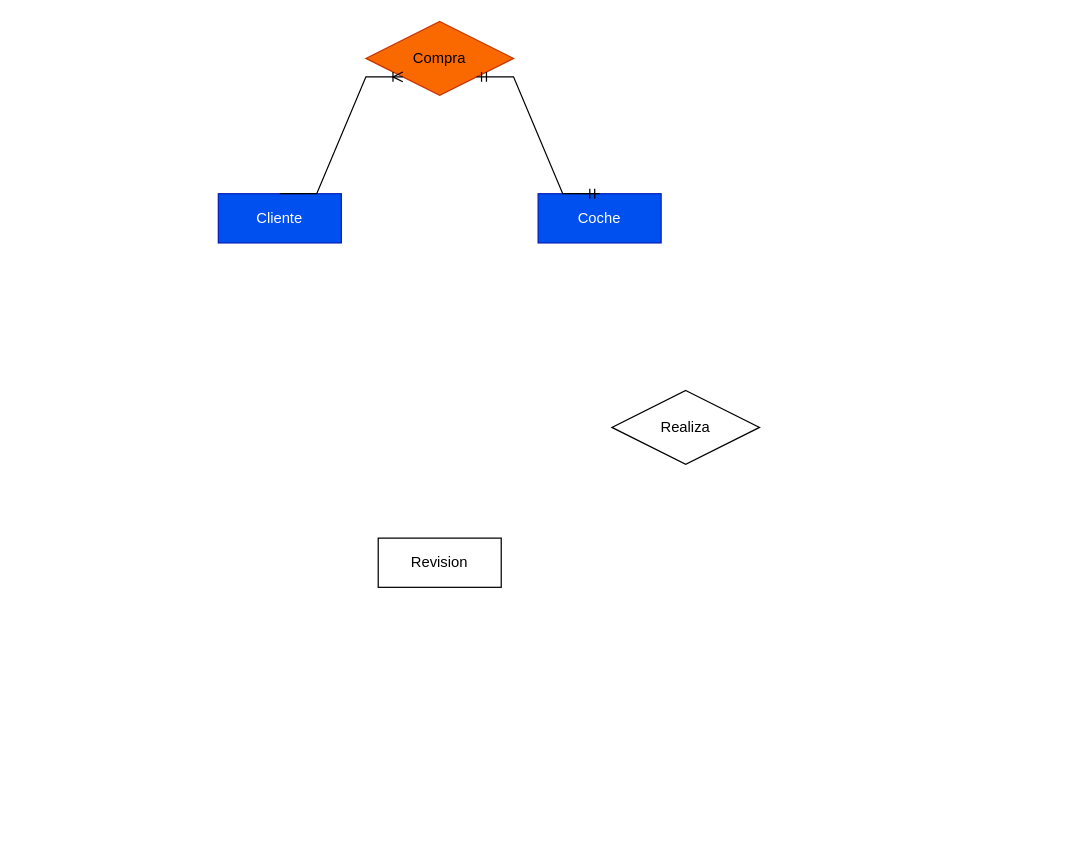
This is 2_Ejercicio.drawio from PabloKooss/Tercer_Modulo, a draw.io file, before an edit. Source tidied: cells renumbered, new cells numbered last; positions are measured from the earlier drawing's top-left corner, leaving out a move shared by most shapes. Both pictures are drawn from the tidied source at 123%, with x=0, y=0 at pixel (218, 21).
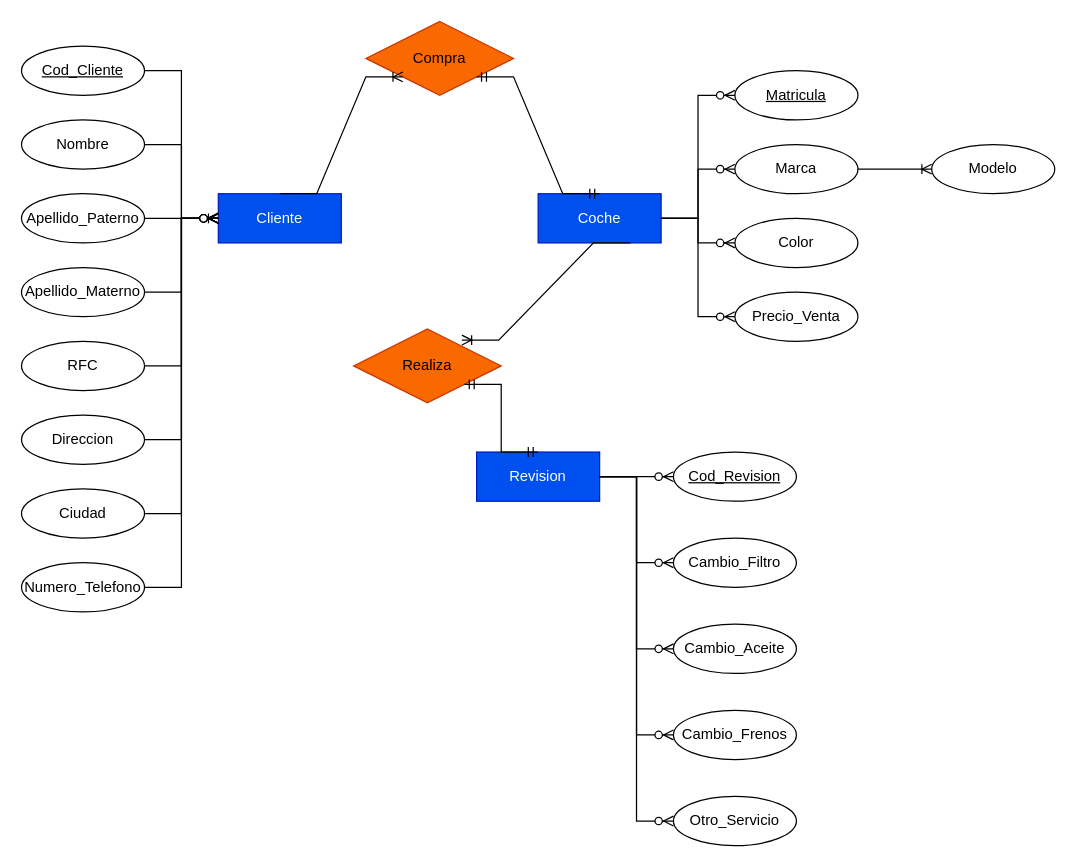
The same page after the edit.

Unchanged cells that the change refers to:
```xml
<mxCell id="2" value="Cliente" style="whiteSpace=wrap;html=1;align=center;fillColor=#0050ef;fontColor=#ffffff;strokeColor=#001DBC;" parent="1" vertex="1">
  <mxGeometry y="140" width="100" height="40" as="geometry" />
</mxCell>
<mxCell id="3" value="Coche" style="whiteSpace=wrap;html=1;align=center;fillColor=#0050ef;fontColor=#ffffff;strokeColor=#001DBC;" parent="1" vertex="1">
  <mxGeometry x="260" y="140" width="100" height="40" as="geometry" />
</mxCell>
```

The edit, as a diff of the source:
```diff
@@
-    <mxCell id="4" value="Revision" style="whiteSpace=wrap;html=1;align=center;" parent="1" vertex="1">
-      <mxGeometry x="130" y="420" width="100" height="40" as="geometry" />
+    <mxCell id="4" value="Revision" style="whiteSpace=wrap;html=1;align=center;fillColor=#0050ef;fontColor=#ffffff;strokeColor=#001DBC;" parent="1" vertex="1">
+      <mxGeometry x="210" y="350" width="100" height="40" as="geometry" />
     </mxCell>
@@
-    <mxCell id="6" value="Realiza" style="shape=rhombus;perimeter=rhombusPerimeter;whiteSpace=wrap;html=1;align=center;" parent="1" vertex="1">
-      <mxGeometry x="320" y="300" width="120" height="60" as="geometry" />
+    <mxCell id="6" value="Realiza" style="shape=rhombus;perimeter=rhombusPerimeter;whiteSpace=wrap;html=1;align=center;fillColor=#fa6800;fontColor=#000000;strokeColor=#C73500;" parent="1" vertex="1">
+      <mxGeometry x="110" y="250" width="120" height="60" as="geometry" />
     </mxCell>
@@
+    <mxCell id="9" style="edgeStyle=entityRelationEdgeStyle;fontSize=12;html=1;endArrow=ERoneToMany;rounded=0;exitX=0.75;exitY=1;exitDx=0;exitDy=0;entryX=0.733;entryY=0.15;entryDx=0;entryDy=0;entryPerimeter=0;" parent="1" edge="1" source="3" target="6">
+      <mxGeometry relative="1" as="geometry" />
+    </mxCell>
+    <mxCell id="10" style="edgeStyle=entityRelationEdgeStyle;fontSize=12;html=1;endArrow=ERmandOne;startArrow=ERmandOne;rounded=0;exitX=0.5;exitY=0;exitDx=0;exitDy=0;entryX=1;entryY=1;entryDx=0;entryDy=0;" parent="1" edge="1" source="4" target="6">
+      <mxGeometry relative="1" as="geometry" />
+    </mxCell>
+    <mxCell id="11" value="Cod_Cliente" style="ellipse;whiteSpace=wrap;html=1;align=center;fontStyle=4;" parent="1" vertex="1">
+      <mxGeometry x="-160" y="20" width="100" height="40" as="geometry" />
+    </mxCell>
+    <mxCell id="12" style="edgeStyle=entityRelationEdgeStyle;fontSize=12;html=1;endArrow=ERzeroToMany;endFill=1;rounded=0;exitX=1;exitY=0.5;exitDx=0;exitDy=0;" parent="1" edge="1" source="11" target="2">
+      <mxGeometry relative="1" as="geometry" />
+    </mxCell>
+    <mxCell id="13" value="Nombre" style="ellipse;whiteSpace=wrap;html=1;align=center;" parent="1" vertex="1">
+      <mxGeometry x="-160" y="80" width="100" height="40" as="geometry" />
+    </mxCell>
+    <mxCell id="14" value="Apellido_Paterno" style="ellipse;whiteSpace=wrap;html=1;align=center;" parent="1" vertex="1">
+      <mxGeometry x="-160" y="140" width="100" height="40" as="geometry" />
+    </mxCell>
+    <mxCell id="15" style="edgeStyle=entityRelationEdgeStyle;fontSize=12;html=1;endArrow=ERzeroToMany;endFill=1;rounded=0;" parent="1" edge="1" source="13" target="2">
+      <mxGeometry relative="1" as="geometry" />
+    </mxCell>
+    <mxCell id="16" style="edgeStyle=entityRelationEdgeStyle;fontSize=12;html=1;endArrow=ERoneToMany;rounded=0;" parent="1" edge="1" source="14" target="2">
+      <mxGeometry relative="1" as="geometry" />
+    </mxCell>
+    <mxCell id="17" value="Apellido_Materno" style="ellipse;whiteSpace=wrap;html=1;align=center;" parent="1" vertex="1">
+      <mxGeometry x="-160" y="200" width="100" height="40" as="geometry" />
+    </mxCell>
+    <mxCell id="18" value="RFC" style="ellipse;whiteSpace=wrap;html=1;align=center;" parent="1" vertex="1">
+      <mxGeometry x="-160" y="260" width="100" height="40" as="geometry" />
+    </mxCell>
+    <mxCell id="19" value="Direccion" style="ellipse;whiteSpace=wrap;html=1;align=center;" parent="1" vertex="1">
+      <mxGeometry x="-160" y="320" width="100" height="40" as="geometry" />
+    </mxCell>
+    <mxCell id="20" value="Ciudad" style="ellipse;whiteSpace=wrap;html=1;align=center;" parent="1" vertex="1">
+      <mxGeometry x="-160" y="380" width="100" height="40" as="geometry" />
+    </mxCell>
+    <mxCell id="21" value="Numero_Telefono" style="ellipse;whiteSpace=wrap;html=1;align=center;" parent="1" vertex="1">
+      <mxGeometry x="-160" y="440" width="100" height="40" as="geometry" />
+    </mxCell>
+    <mxCell id="22" style="edgeStyle=entityRelationEdgeStyle;fontSize=12;html=1;endArrow=ERzeroToMany;endFill=1;rounded=0;" parent="1" edge="1" source="21" target="2">
+      <mxGeometry relative="1" as="geometry" />
+    </mxCell>
+    <mxCell id="23" style="edgeStyle=entityRelationEdgeStyle;fontSize=12;html=1;endArrow=ERzeroToMany;endFill=1;rounded=0;" parent="1" edge="1" source="20" target="2">
+      <mxGeometry relative="1" as="geometry" />
+    </mxCell>
+    <mxCell id="24" style="edgeStyle=entityRelationEdgeStyle;fontSize=12;html=1;endArrow=ERzeroToMany;endFill=1;rounded=0;" parent="1" edge="1" source="19" target="2">
+      <mxGeometry relative="1" as="geometry" />
+    </mxCell>
+    <mxCell id="25" style="edgeStyle=entityRelationEdgeStyle;fontSize=12;html=1;endArrow=ERzeroToMany;endFill=1;rounded=0;" parent="1" edge="1" source="18" target="2">
+      <mxGeometry relative="1" as="geometry" />
+    </mxCell>
+    <mxCell id="26" style="edgeStyle=entityRelationEdgeStyle;fontSize=12;html=1;endArrow=ERzeroToMany;endFill=1;rounded=0;" parent="1" edge="1" source="17" target="2">
+      <mxGeometry relative="1" as="geometry" />
+    </mxCell>
+    <mxCell id="27" value="&lt;div&gt;Matricula&lt;/div&gt;" style="ellipse;whiteSpace=wrap;html=1;align=center;fontStyle=4;" parent="1" vertex="1">
+      <mxGeometry x="420" y="40" width="100" height="40" as="geometry" />
+    </mxCell>
+    <mxCell id="28" value="Marca" style="ellipse;whiteSpace=wrap;html=1;align=center;" parent="1" vertex="1">
+      <mxGeometry x="420" y="100" width="100" height="40" as="geometry" />
+    </mxCell>
+    <mxCell id="29" value="Color" style="ellipse;whiteSpace=wrap;html=1;align=center;" parent="1" vertex="1">
+      <mxGeometry x="420" y="160" width="100" height="40" as="geometry" />
+    </mxCell>
+    <mxCell id="30" value="Precio_Venta" style="ellipse;whiteSpace=wrap;html=1;align=center;" parent="1" vertex="1">
+      <mxGeometry x="420" y="220" width="100" height="40" as="geometry" />
+    </mxCell>
+    <mxCell id="31" value="&lt;div&gt;Modelo&lt;/div&gt;" style="ellipse;whiteSpace=wrap;html=1;align=center;" parent="1" vertex="1">
+      <mxGeometry x="580" y="100" width="100" height="40" as="geometry" />
+    </mxCell>
+    <mxCell id="32" style="edgeStyle=entityRelationEdgeStyle;fontSize=12;html=1;endArrow=ERoneToMany;rounded=0;" parent="1" edge="1" source="28" target="31">
+      <mxGeometry relative="1" as="geometry" />
+    </mxCell>
+    <mxCell id="33" style="edgeStyle=entityRelationEdgeStyle;fontSize=12;html=1;endArrow=ERzeroToMany;endFill=1;rounded=0;" parent="1" edge="1" source="3" target="27">
+      <mxGeometry relative="1" as="geometry" />
+    </mxCell>
+    <mxCell id="34" style="edgeStyle=entityRelationEdgeStyle;fontSize=12;html=1;endArrow=ERzeroToMany;endFill=1;rounded=0;" parent="1" edge="1" source="3" target="28">
+      <mxGeometry relative="1" as="geometry" />
+    </mxCell>
+    <mxCell id="35" style="edgeStyle=entityRelationEdgeStyle;fontSize=12;html=1;endArrow=ERzeroToMany;endFill=1;rounded=0;" parent="1" edge="1" source="3" target="29">
+      <mxGeometry relative="1" as="geometry" />
+    </mxCell>
+    <mxCell id="36" style="edgeStyle=entityRelationEdgeStyle;fontSize=12;html=1;endArrow=ERzeroToMany;endFill=1;rounded=0;" parent="1" edge="1" source="3" target="30">
+      <mxGeometry relative="1" as="geometry" />
+    </mxCell>
+    <mxCell id="37" value="Cod_Revision" style="ellipse;whiteSpace=wrap;html=1;align=center;fontStyle=4;" parent="1" vertex="1">
+      <mxGeometry x="370" y="350" width="100" height="40" as="geometry" />
+    </mxCell>
+    <mxCell id="38" value="Cambio_Filtro" style="ellipse;whiteSpace=wrap;html=1;align=center;" parent="1" vertex="1">
+      <mxGeometry x="370" y="420" width="100" height="40" as="geometry" />
+    </mxCell>
+    <mxCell id="39" value="Cambio_Aceite" style="ellipse;whiteSpace=wrap;html=1;align=center;" parent="1" vertex="1">
+      <mxGeometry x="370" y="490" width="100" height="40" as="geometry" />
+    </mxCell>
+    <mxCell id="40" value="&lt;div&gt;Cambio_Frenos&lt;/div&gt;" style="ellipse;whiteSpace=wrap;html=1;align=center;" parent="1" vertex="1">
+      <mxGeometry x="370" y="560" width="100" height="40" as="geometry" />
+    </mxCell>
+    <mxCell id="41" value="Otro_Servicio" style="ellipse;whiteSpace=wrap;html=1;align=center;" parent="1" vertex="1">
+      <mxGeometry x="370" y="630" width="100" height="40" as="geometry" />
+    </mxCell>
+    <mxCell id="42" style="edgeStyle=entityRelationEdgeStyle;fontSize=12;html=1;endArrow=ERzeroToMany;endFill=1;rounded=0;" parent="1" edge="1" source="4" target="37">
+      <mxGeometry relative="1" as="geometry" />
+    </mxCell>
+    <mxCell id="43" style="edgeStyle=entityRelationEdgeStyle;fontSize=12;html=1;endArrow=ERzeroToMany;endFill=1;rounded=0;" parent="1" edge="1" source="4" target="38">
+      <mxGeometry relative="1" as="geometry" />
+    </mxCell>
+    <mxCell id="44" style="edgeStyle=entityRelationEdgeStyle;fontSize=12;html=1;endArrow=ERzeroToMany;endFill=1;rounded=0;" parent="1" edge="1" source="4" target="39">
+      <mxGeometry relative="1" as="geometry" />
+    </mxCell>
+    <mxCell id="45" style="edgeStyle=entityRelationEdgeStyle;fontSize=12;html=1;endArrow=ERzeroToMany;endFill=1;rounded=0;" parent="1" edge="1" source="4" target="40">
+      <mxGeometry relative="1" as="geometry" />
+    </mxCell>
+    <mxCell id="46" style="edgeStyle=entityRelationEdgeStyle;fontSize=12;html=1;endArrow=ERzeroToMany;endFill=1;rounded=0;" parent="1" edge="1" source="4" target="41">
+      <mxGeometry relative="1" as="geometry" />
+    </mxCell>
```
